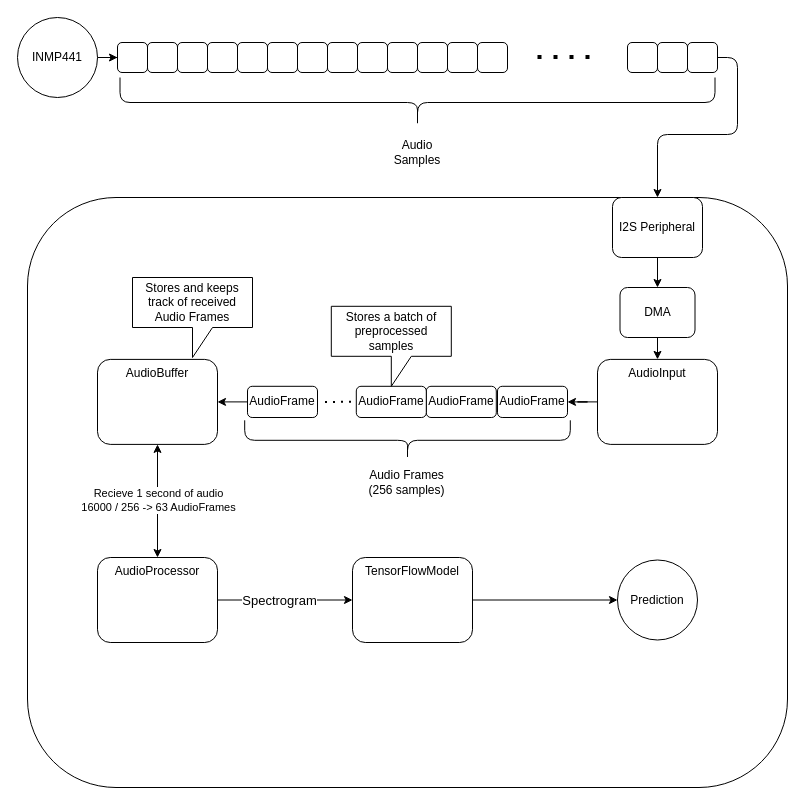
Above: AudioProcessingEsp32.drawio in PetruMicu/esp32_work_assistant (draw.io), before the change. Source tidied: cells renumbered, new cells numbered last; positions are measured from the earlier drawing's top-left corner, leaving out a move shared by most shapes. Both pictures are drawn from the tidied source at 100%, with x=0, y=0 at pixel (17, -195).
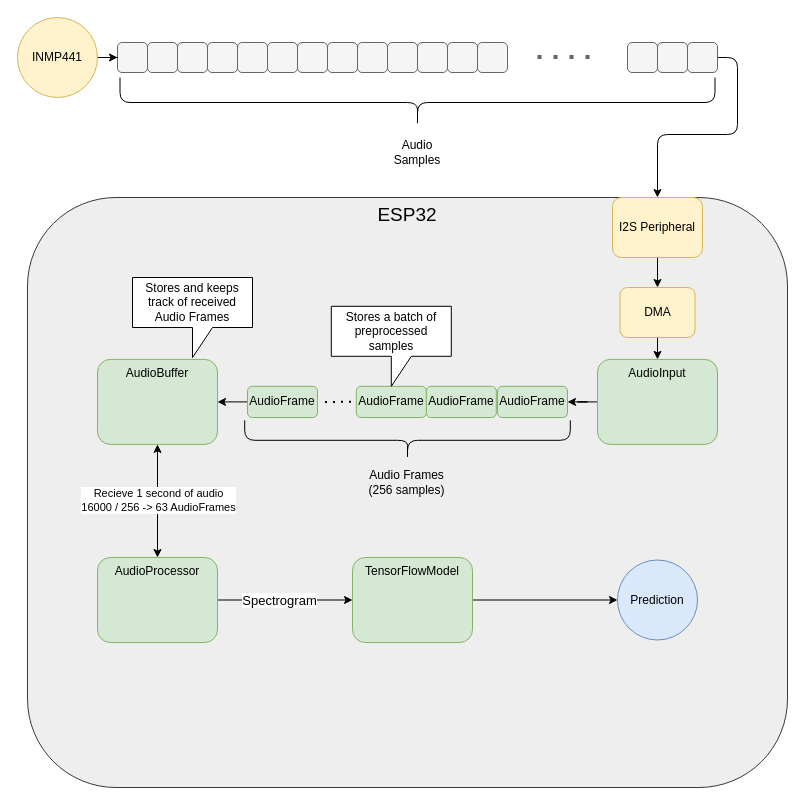
The same diagram, later.

What changed in the source:
```diff
@@
-    <mxCell id="2" style="rounded=1;whiteSpace=wrap;html=1;" parent="1" vertex="1">
+    <mxCell id="2" style="rounded=1;whiteSpace=wrap;html=1;fillColor=#f5f5f5;fontColor=#333333;strokeColor=#666666;" parent="1" vertex="1">
       <mxGeometry x="100" y="237" width="30" height="30" as="geometry" />
     </mxCell>
@@
-    <mxCell id="4" value="INMP441" style="ellipse;whiteSpace=wrap;html=1;" parent="1" vertex="1">
+    <mxCell id="4" value="INMP441" style="ellipse;whiteSpace=wrap;html=1;fillColor=#fff2cc;strokeColor=#d6b656;" parent="1" vertex="1">
       <mxGeometry y="212" width="80" height="80" as="geometry" />
     </mxCell>
@@
-    <mxCell id="7" style="endArrow=none;dashed=1;html=1;dashPattern=1 3;strokeWidth=4;rounded=0;" parent="1" edge="1">
+    <mxCell id="7" style="endArrow=none;dashed=1;html=1;dashPattern=1 3;strokeWidth=4;rounded=0;fillColor=#f5f5f5;strokeColor=#666666;" parent="1" edge="1">
       <mxGeometry relative="1" as="geometry">
         <mxPoint x="520" y="251.4" as="sourcePoint" />
         <mxPoint x="580" y="251.4" as="targetPoint" />
       </mxGeometry>
     </mxCell>
-    <mxCell id="8" style="rounded=1;whiteSpace=wrap;html=1;" parent="1" vertex="1">
+    <mxCell id="8" value="ESP32" style="rounded=1;whiteSpace=wrap;html=1;verticalAlign=top;fontSize=19;fillColor=#eeeeee;strokeColor=#36393d;" parent="1" vertex="1">
       <mxGeometry x="10" y="392" width="760" height="590" as="geometry" />
     </mxCell>
@@
-    <mxCell id="10" value="&lt;div&gt;AudioInput&lt;/div&gt;" style="rounded=1;whiteSpace=wrap;html=1;horizontal=1;verticalAlign=top;" parent="1" vertex="1">
+    <mxCell id="10" value="&lt;div&gt;AudioInput&lt;/div&gt;" style="rounded=1;whiteSpace=wrap;html=1;horizontal=1;verticalAlign=top;fillColor=#d5e8d4;strokeColor=#82b366;" parent="1" vertex="1">
       <mxGeometry x="580" y="553.9" width="120" height="85" as="geometry" />
     </mxCell>
@@
-    <mxCell id="12" value="I2S Peripheral" style="rounded=1;whiteSpace=wrap;html=1;" parent="1" vertex="1">
+    <mxCell id="12" value="I2S Peripheral" style="rounded=1;whiteSpace=wrap;html=1;fillColor=#fff2cc;strokeColor=#d6b656;" parent="1" vertex="1">
       <mxGeometry x="595" y="392" width="90" height="60" as="geometry" />
     </mxCell>
@@
-    <mxCell id="14" value="DMA" style="rounded=1;whiteSpace=wrap;html=1;" parent="1" vertex="1">
+    <mxCell id="14" value="DMA" style="rounded=1;whiteSpace=wrap;html=1;fillColor=#fff2cc;strokeColor=#d6b656;" parent="1" vertex="1">
       <mxGeometry x="602.5" y="482" width="75" height="50" as="geometry" />
     </mxCell>
-    <mxCell id="15" value="AudioFrame" style="rounded=1;whiteSpace=wrap;html=1;" parent="1" vertex="1">
+    <mxCell id="15" value="AudioFrame" style="rounded=1;whiteSpace=wrap;html=1;fillColor=#d5e8d4;strokeColor=#82b366;" parent="1" vertex="1">
       <mxGeometry x="480" y="580.8" width="70" height="31.2" as="geometry" />
     </mxCell>
-    <mxCell id="16" style="rounded=1;whiteSpace=wrap;html=1;" parent="1" vertex="1">
+    <mxCell id="16" style="rounded=1;whiteSpace=wrap;html=1;fillColor=#f5f5f5;fontColor=#333333;strokeColor=#666666;" parent="1" vertex="1">
       <mxGeometry x="130" y="237" width="30" height="30" as="geometry" />
     </mxCell>
-    <mxCell id="17" style="rounded=1;whiteSpace=wrap;html=1;" parent="1" vertex="1">
+    <mxCell id="17" style="rounded=1;whiteSpace=wrap;html=1;fillColor=#f5f5f5;fontColor=#333333;strokeColor=#666666;" parent="1" vertex="1">
       <mxGeometry x="160" y="237" width="30" height="30" as="geometry" />
     </mxCell>
-    <mxCell id="18" style="rounded=1;whiteSpace=wrap;html=1;" parent="1" vertex="1">
+    <mxCell id="18" style="rounded=1;whiteSpace=wrap;html=1;fillColor=#f5f5f5;fontColor=#333333;strokeColor=#666666;" parent="1" vertex="1">
       <mxGeometry x="190" y="237" width="30" height="30" as="geometry" />
     </mxCell>
-    <mxCell id="19" style="rounded=1;whiteSpace=wrap;html=1;" parent="1" vertex="1">
+    <mxCell id="19" style="rounded=1;whiteSpace=wrap;html=1;fillColor=#f5f5f5;fontColor=#333333;strokeColor=#666666;" parent="1" vertex="1">
       <mxGeometry x="220" y="237" width="30" height="30" as="geometry" />
     </mxCell>
-    <mxCell id="20" style="rounded=1;whiteSpace=wrap;html=1;" parent="1" vertex="1">
+    <mxCell id="20" style="rounded=1;whiteSpace=wrap;html=1;fillColor=#f5f5f5;fontColor=#333333;strokeColor=#666666;" parent="1" vertex="1">
       <mxGeometry x="250" y="237" width="30" height="30" as="geometry" />
     </mxCell>
-    <mxCell id="21" style="rounded=1;whiteSpace=wrap;html=1;" parent="1" vertex="1">
+    <mxCell id="21" style="rounded=1;whiteSpace=wrap;html=1;fillColor=#f5f5f5;fontColor=#333333;strokeColor=#666666;" parent="1" vertex="1">
       <mxGeometry x="280" y="237" width="30" height="30" as="geometry" />
     </mxCell>
-    <mxCell id="22" style="rounded=1;whiteSpace=wrap;html=1;" parent="1" vertex="1">
+    <mxCell id="22" style="rounded=1;whiteSpace=wrap;html=1;fillColor=#f5f5f5;fontColor=#333333;strokeColor=#666666;" parent="1" vertex="1">
       <mxGeometry x="310" y="237" width="30" height="30" as="geometry" />
     </mxCell>
-    <mxCell id="23" style="rounded=1;whiteSpace=wrap;html=1;" parent="1" vertex="1">
+    <mxCell id="23" style="rounded=1;whiteSpace=wrap;html=1;fillColor=#f5f5f5;fontColor=#333333;strokeColor=#666666;" parent="1" vertex="1">
       <mxGeometry x="340" y="237" width="30" height="30" as="geometry" />
     </mxCell>
-    <mxCell id="24" style="rounded=1;whiteSpace=wrap;html=1;" parent="1" vertex="1">
+    <mxCell id="24" style="rounded=1;whiteSpace=wrap;html=1;fillColor=#f5f5f5;fontColor=#333333;strokeColor=#666666;" parent="1" vertex="1">
       <mxGeometry x="370" y="237" width="30" height="30" as="geometry" />
     </mxCell>
-    <mxCell id="25" style="rounded=1;whiteSpace=wrap;html=1;" parent="1" vertex="1">
+    <mxCell id="25" style="rounded=1;whiteSpace=wrap;html=1;fillColor=#f5f5f5;fontColor=#333333;strokeColor=#666666;" parent="1" vertex="1">
       <mxGeometry x="400" y="237" width="30" height="30" as="geometry" />
     </mxCell>
-    <mxCell id="26" style="rounded=1;whiteSpace=wrap;html=1;" parent="1" vertex="1">
+    <mxCell id="26" style="rounded=1;whiteSpace=wrap;html=1;fillColor=#f5f5f5;fontColor=#333333;strokeColor=#666666;" parent="1" vertex="1">
       <mxGeometry x="430" y="237" width="30" height="30" as="geometry" />
     </mxCell>
-    <mxCell id="27" style="rounded=1;whiteSpace=wrap;html=1;" parent="1" vertex="1">
+    <mxCell id="27" style="rounded=1;whiteSpace=wrap;html=1;fillColor=#f5f5f5;fontColor=#333333;strokeColor=#666666;" parent="1" vertex="1">
       <mxGeometry x="460" y="237" width="30" height="30" as="geometry" />
     </mxCell>
-    <mxCell id="28" style="rounded=1;whiteSpace=wrap;html=1;" parent="1" vertex="1">
+    <mxCell id="28" style="rounded=1;whiteSpace=wrap;html=1;fillColor=#f5f5f5;fontColor=#333333;strokeColor=#666666;" parent="1" vertex="1">
       <mxGeometry x="610" y="237" width="30" height="30" as="geometry" />
     </mxCell>
-    <mxCell id="29" style="rounded=1;whiteSpace=wrap;html=1;" parent="1" vertex="1">
+    <mxCell id="29" style="rounded=1;whiteSpace=wrap;html=1;fillColor=#f5f5f5;fontColor=#333333;strokeColor=#666666;" parent="1" vertex="1">
       <mxGeometry x="640" y="237" width="30" height="30" as="geometry" />
     </mxCell>
@@
-    <mxCell id="31" style="rounded=1;whiteSpace=wrap;html=1;" parent="1" vertex="1">
+    <mxCell id="31" style="rounded=1;whiteSpace=wrap;html=1;fillColor=#f5f5f5;fontColor=#333333;strokeColor=#666666;" parent="1" vertex="1">
       <mxGeometry x="670" y="237" width="30" height="30" as="geometry" />
     </mxCell>
@@
-    <mxCell id="34" value="AudioBuffer" style="rounded=1;whiteSpace=wrap;html=1;horizontal=1;verticalAlign=top;" parent="1" vertex="1">
+    <mxCell id="34" value="AudioBuffer" style="rounded=1;whiteSpace=wrap;html=1;horizontal=1;verticalAlign=top;fillColor=#d5e8d4;strokeColor=#82b366;" parent="1" vertex="1">
       <mxGeometry x="80" y="553.9" width="120" height="85" as="geometry" />
     </mxCell>
@@
-    <mxCell id="36" value="AudioFrame" style="rounded=1;whiteSpace=wrap;html=1;" parent="1" vertex="1">
+    <mxCell id="36" value="AudioFrame" style="rounded=1;whiteSpace=wrap;html=1;fillColor=#d5e8d4;strokeColor=#82b366;" parent="1" vertex="1">
       <mxGeometry x="408.8" y="580.8" width="70" height="31.2" as="geometry" />
     </mxCell>
-    <mxCell id="37" value="AudioFrame" style="rounded=1;whiteSpace=wrap;html=1;" parent="1" vertex="1">
+    <mxCell id="37" value="AudioFrame" style="rounded=1;whiteSpace=wrap;html=1;fillColor=#d5e8d4;strokeColor=#82b366;" parent="1" vertex="1">
       <mxGeometry x="338.8" y="580.8" width="70" height="31.2" as="geometry" />
     </mxCell>
@@
-    <mxCell id="39" value="AudioFrame" style="rounded=1;whiteSpace=wrap;html=1;" parent="1" vertex="1">
+    <mxCell id="39" value="AudioFrame" style="rounded=1;whiteSpace=wrap;html=1;fillColor=#d5e8d4;strokeColor=#82b366;" parent="1" vertex="1">
       <mxGeometry x="230" y="580.8" width="70" height="31.2" as="geometry" />
     </mxCell>
@@
-    <mxCell id="43" value="AudioProcessor" style="rounded=1;whiteSpace=wrap;html=1;horizontal=1;verticalAlign=top;" parent="1" vertex="1">
+    <mxCell id="43" value="AudioProcessor" style="rounded=1;whiteSpace=wrap;html=1;horizontal=1;verticalAlign=top;fillColor=#d5e8d4;strokeColor=#82b366;" parent="1" vertex="1">
       <mxGeometry x="80" y="752" width="120" height="85" as="geometry" />
     </mxCell>
@@
-    <mxCell id="48" value="TensorFlowModel" style="rounded=1;whiteSpace=wrap;html=1;horizontal=1;verticalAlign=top;" parent="1" vertex="1">
+    <mxCell id="48" value="TensorFlowModel" style="rounded=1;whiteSpace=wrap;html=1;horizontal=1;verticalAlign=top;fillColor=#d5e8d4;strokeColor=#82b366;" parent="1" vertex="1">
       <mxGeometry x="335" y="752" width="120" height="85" as="geometry" />
     </mxCell>
-    <mxCell id="49" value="Prediction" style="ellipse;whiteSpace=wrap;html=1;" parent="1" vertex="1">
+    <mxCell id="49" value="Prediction" style="ellipse;whiteSpace=wrap;html=1;fillColor=#dae8fc;strokeColor=#6c8ebf;" parent="1" vertex="1">
       <mxGeometry x="600" y="754.5" width="80" height="80" as="geometry" />
     </mxCell>
```
